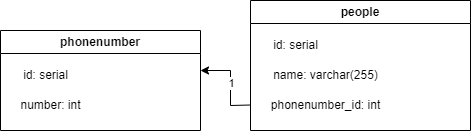
ElnurGaraev/job4j_design keeps this draw.io diagram as db/students.png. Above is the earlier version. Source tidied: cells renumbered, new cells last; positions are measured from the earlier drawing's top-left corner, leaving out a move shared by most shapes. Source of this version:
```xml
<mxGraphModel>
  <root>
    <mxCell id="0" />
    <mxCell id="1" parent="0" />
    <mxCell id="2" value="phonenumber" style="swimlane;whiteSpace=wrap;html=1;startSize=23;" parent="1" vertex="1">
      <mxGeometry y="30" width="200" height="100" as="geometry" />
    </mxCell>
    <mxCell id="3" value="id: serial" style="text;html=1;align=center;verticalAlign=middle;strokeColor=none;fillColor=none;" parent="2" vertex="1">
      <mxGeometry x="10" y="30" width="70" height="30" as="geometry" />
    </mxCell>
    <mxCell id="4" value="number: int" style="text;html=1;align=center;verticalAlign=middle;strokeColor=none;fillColor=none;" parent="2" vertex="1">
      <mxGeometry x="10" y="60" width="80" height="30" as="geometry" />
    </mxCell>
    <mxCell id="5" value="people" style="swimlane;whiteSpace=wrap;html=1;startSize=23;" parent="1" vertex="1">
      <mxGeometry x="250" width="220" height="130" as="geometry" />
    </mxCell>
    <mxCell id="6" value="id: serial" style="text;html=1;align=center;verticalAlign=middle;strokeColor=none;fillColor=none;" parent="5" vertex="1">
      <mxGeometry x="10" y="30" width="70" height="30" as="geometry" />
    </mxCell>
    <mxCell id="7" value="name: varchar(255)" style="text;html=1;align=center;verticalAlign=middle;strokeColor=none;fillColor=none;" parent="5" vertex="1">
      <mxGeometry x="10" y="60" width="130" height="30" as="geometry" />
    </mxCell>
    <mxCell id="8" value="phonenumber_id: int" style="text;html=1;align=center;verticalAlign=middle;strokeColor=none;fillColor=none;" parent="5" vertex="1">
      <mxGeometry x="10" y="90" width="130" height="30" as="geometry" />
    </mxCell>
    <mxCell id="9" style="endArrow=classic;html=1;rounded=0;" parent="5" edge="1">
      <mxGeometry relative="1" as="geometry">
        <mxPoint y="104.5" as="sourcePoint" />
        <mxPoint x="-50" y="70" as="targetPoint" />
        <Array as="points">
          <mxPoint x="-20" y="105" />
          <mxPoint x="-20" y="70" />
        </Array>
      </mxGeometry>
    </mxCell>
    <mxCell id="10" value="1" style="edgeLabel;html=1;align=center;verticalAlign=middle;" parent="9" vertex="1">
      <mxGeometry relative="1" as="geometry" />
    </mxCell>
  </root>
</mxGraphModel>
```
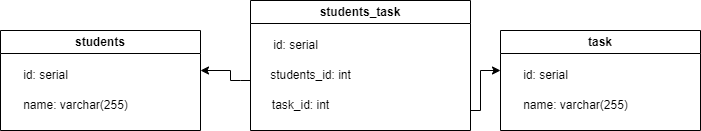
The same diagram one commit later.

Diff of the diagram source:
```diff
@@ -2,39 +2,56 @@
   <root>
     <mxCell id="0" />
     <mxCell id="1" parent="0" />
-    <mxCell id="2" value="phonenumber" style="swimlane;whiteSpace=wrap;html=1;startSize=23;" parent="1" vertex="1">
+    <mxCell id="2" value="students" style="swimlane;whiteSpace=wrap;html=1;startSize=23;" parent="1" vertex="1">
       <mxGeometry y="30" width="200" height="100" as="geometry" />
     </mxCell>
     <mxCell id="3" value="id: serial" style="text;html=1;align=center;verticalAlign=middle;strokeColor=none;fillColor=none;" parent="2" vertex="1">
       <mxGeometry x="10" y="30" width="70" height="30" as="geometry" />
     </mxCell>
-    <mxCell id="4" value="number: int" style="text;html=1;align=center;verticalAlign=middle;strokeColor=none;fillColor=none;" parent="2" vertex="1">
-      <mxGeometry x="10" y="60" width="80" height="30" as="geometry" />
+    <mxCell id="4" value="name: varchar(255)" style="text;html=1;align=center;verticalAlign=middle;strokeColor=none;fillColor=none;" parent="2" vertex="1">
+      <mxGeometry x="10" y="60" width="130" height="30" as="geometry" />
     </mxCell>
-    <mxCell id="5" value="people" style="swimlane;whiteSpace=wrap;html=1;startSize=23;" parent="1" vertex="1">
+    <mxCell id="5" value="students_task" style="swimlane;whiteSpace=wrap;html=1;startSize=23;" parent="1" vertex="1">
       <mxGeometry x="250" width="220" height="130" as="geometry" />
     </mxCell>
     <mxCell id="6" value="id: serial" style="text;html=1;align=center;verticalAlign=middle;strokeColor=none;fillColor=none;" parent="5" vertex="1">
       <mxGeometry x="10" y="30" width="70" height="30" as="geometry" />
     </mxCell>
-    <mxCell id="7" value="name: varchar(255)" style="text;html=1;align=center;verticalAlign=middle;strokeColor=none;fillColor=none;" parent="5" vertex="1">
-      <mxGeometry x="10" y="60" width="130" height="30" as="geometry" />
-    </mxCell>
-    <mxCell id="8" value="phonenumber_id: int" style="text;html=1;align=center;verticalAlign=middle;strokeColor=none;fillColor=none;" parent="5" vertex="1">
-      <mxGeometry x="10" y="90" width="130" height="30" as="geometry" />
+    <mxCell id="8" value="task_id: int" style="text;html=1;align=center;verticalAlign=middle;strokeColor=none;fillColor=none;" parent="5" vertex="1">
+      <mxGeometry x="10" y="90" width="80" height="30" as="geometry" />
     </mxCell>
     <mxCell id="9" style="endArrow=classic;html=1;rounded=0;" parent="5" edge="1">
       <mxGeometry relative="1" as="geometry">
-        <mxPoint y="104.5" as="sourcePoint" />
+        <mxPoint y="80" as="sourcePoint" />
         <mxPoint x="-50" y="70" as="targetPoint" />
         <Array as="points">
-          <mxPoint x="-20" y="105" />
+          <mxPoint x="-10" y="80" />
+          <mxPoint x="-20" y="80" />
           <mxPoint x="-20" y="70" />
         </Array>
       </mxGeometry>
     </mxCell>
-    <mxCell id="10" value="1" style="edgeLabel;html=1;align=center;verticalAlign=middle;" parent="9" vertex="1">
-      <mxGeometry relative="1" as="geometry" />
-    </mxCell>
+    <mxCell id="11" value="students_id: int" style="text;html=1;align=center;verticalAlign=middle;strokeColor=none;fillColor=none;" parent="5" vertex="1">
+      <mxGeometry x="10" y="60" width="100" height="30" as="geometry" />
+    </mxCell>
+    <mxCell id="12" value="task" style="swimlane;whiteSpace=wrap;html=1;startSize=23;" parent="1" vertex="1">
+      <mxGeometry x="500" y="30" width="200" height="100" as="geometry" />
+    </mxCell>
+    <mxCell id="13" value="id: serial" style="text;html=1;align=center;verticalAlign=middle;strokeColor=none;fillColor=none;" parent="12" vertex="1">
+      <mxGeometry x="10" y="30" width="70" height="30" as="geometry" />
+    </mxCell>
+    <mxCell id="7" value="name: varchar(255)" style="text;html=1;align=center;verticalAlign=middle;strokeColor=none;fillColor=none;" parent="12" vertex="1">
+      <mxGeometry x="10" y="60" width="130" height="30" as="geometry" />
+    </mxCell>
+    <mxCell id="14" style="endArrow=classic;html=1;rounded=0;" parent="1" edge="1">
+      <mxGeometry relative="1" as="geometry">
+        <mxPoint x="470" y="110" as="sourcePoint" />
+        <mxPoint x="500" y="70" as="targetPoint" />
+        <Array as="points">
+          <mxPoint x="480" y="110" />
+          <mxPoint x="480" y="70" />
+        </Array>
+      </mxGeometry>
+    </mxCell>
   </root>
 </mxGraphModel>
```
